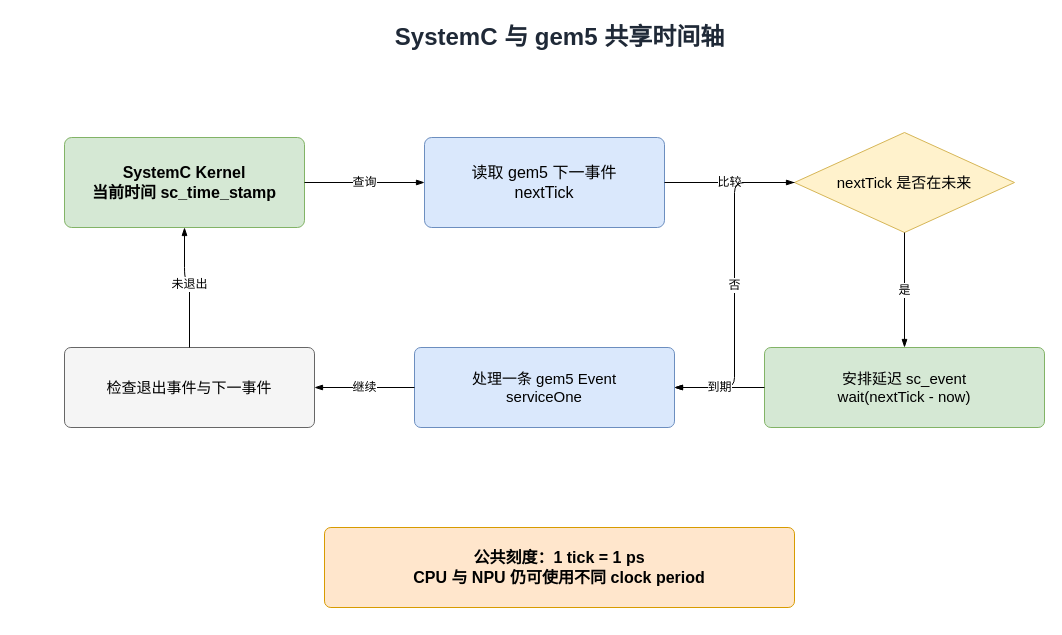
The draw.io diagram docs/images/chapter-01/03-time-coordination.drawio in Ch1-n/npu-system-modeling, before the edit. Source tidied: cells renumbered, new cells numbered last; positions are measured from the earlier drawing's top-left corner, leaving out a move shared by most shapes. Both pictures are drawn from the tidied source at 100%, with x=0, y=0 at pixel (64, 17).
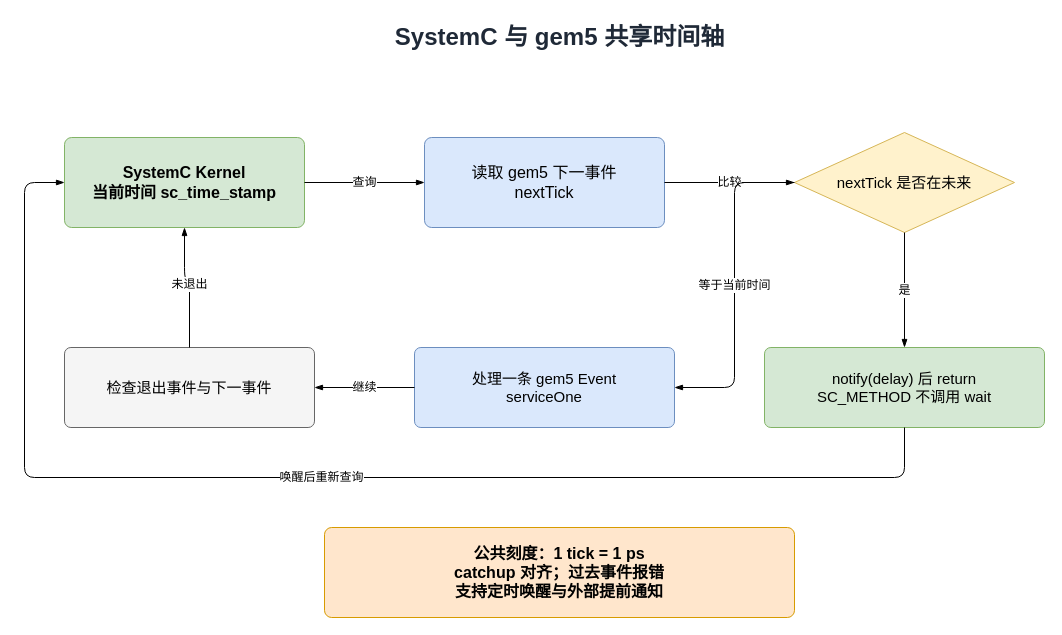
Above is the later version.

The change refers to these unchanged cells:
```xml
<mxCell id="3" value="SystemC Kernel&#10;当前时间 sc_time_stamp" style="rounded=1;arcSize=8;whiteSpace=wrap;html=1;fillColor=#d5e8d4;strokeColor=#82b366;fontSize=16;fontStyle=1;" parent="1" vertex="1">
  <mxGeometry y="120" width="240" height="90" as="geometry" />
</mxCell>
<mxCell id="5" value="nextTick 是否在未来" style="rhombus;whiteSpace=wrap;html=1;fillColor=#fff2cc;strokeColor=#d6b656;fontSize=15;" parent="1" vertex="1">
  <mxGeometry x="730" y="115" width="220" height="100" as="geometry" />
</mxCell>
<mxCell id="7" value="处理一条 gem5 Event&#10;serviceOne" style="rounded=1;arcSize=8;whiteSpace=wrap;html=1;fillColor=#dae8fc;strokeColor=#6c8ebf;fontSize=15;" parent="1" vertex="1">
  <mxGeometry x="350" y="330" width="260" height="80" as="geometry" />
</mxCell>
```

Diff of the diagram source:
```diff
@@
-    <mxCell id="6" value="安排延迟 sc_event&#10;wait(nextTick - now)" style="rounded=1;arcSize=8;whiteSpace=wrap;html=1;fillColor=#d5e8d4;strokeColor=#82b366;fontSize=15;" parent="1" vertex="1">
+    <mxCell id="6" value="notify(delay) 后 return&#10;SC_METHOD 不调用 wait" style="rounded=1;arcSize=8;whiteSpace=wrap;html=1;fillColor=#d5e8d4;strokeColor=#82b366;fontSize=15;" parent="1" vertex="1">
       <mxGeometry x="700" y="330" width="280" height="80" as="geometry" />
     </mxCell>
@@
-    <mxCell id="12" value="否" style="edgeStyle=orthogonalEdgeStyle;rounded=1;jettySize=auto;html=1;endArrow=blockThin;endFill=1;fontSize=12;labelBackgroundColor=#ffffff;exitX=0;exitY=0.5;entryX=1;entryY=0.5;" parent="1" edge="1" source="5" target="7">
+    <mxCell id="12" value="等于当前时间" style="edgeStyle=orthogonalEdgeStyle;rounded=1;jettySize=auto;html=1;endArrow=blockThin;endFill=1;fontSize=12;labelBackgroundColor=#ffffff;exitX=0;exitY=0.5;entryX=1;entryY=0.5;" parent="1" edge="1" source="5" target="7">
       <mxGeometry relative="1" as="geometry" />
     </mxCell>
-    <mxCell id="13" value="到期" style="edgeStyle=orthogonalEdgeStyle;rounded=1;jettySize=auto;html=1;endArrow=blockThin;endFill=1;fontSize=12;labelBackgroundColor=#ffffff;exitX=0;exitY=0.5;entryX=1;entryY=0.5;" parent="1" edge="1" source="6" target="7">
-      <mxGeometry relative="1" as="geometry" />
+    <mxCell id="13" value="唤醒后重新查询" style="edgeStyle=orthogonalEdgeStyle;rounded=1;jettySize=auto;html=1;endArrow=blockThin;endFill=1;fontSize=12;labelBackgroundColor=#ffffff;exitX=0.5;exitY=1;entryX=0;entryY=0.5;" parent="1" edge="1" source="6" target="3">
+      <mxGeometry relative="1" as="geometry">
+        <Array as="points">
+          <mxPoint x="840" y="460" />
+          <mxPoint x="-40" y="460" />
+          <mxPoint x="-40" y="165" />
+        </Array>
+      </mxGeometry>
     </mxCell>
@@
-    <mxCell id="16" value="公共刻度：1 tick = 1 ps&#10;CPU 与 NPU 仍可使用不同 clock period" style="rounded=1;arcSize=8;whiteSpace=wrap;html=1;fillColor=#ffe6cc;strokeColor=#d79b00;fontSize=16;fontStyle=1;" parent="1" vertex="1">
-      <mxGeometry x="260" y="510" width="470" height="80" as="geometry" />
+    <mxCell id="16" value="公共刻度：1 tick = 1 ps&#10;catchup 对齐；过去事件报错&#10;支持定时唤醒与外部提前通知" style="rounded=1;arcSize=8;whiteSpace=wrap;html=1;fillColor=#ffe6cc;strokeColor=#d79b00;fontSize=16;fontStyle=1;" parent="1" vertex="1">
+      <mxGeometry x="260" y="510" width="470" height="90" as="geometry" />
     </mxCell>
```
